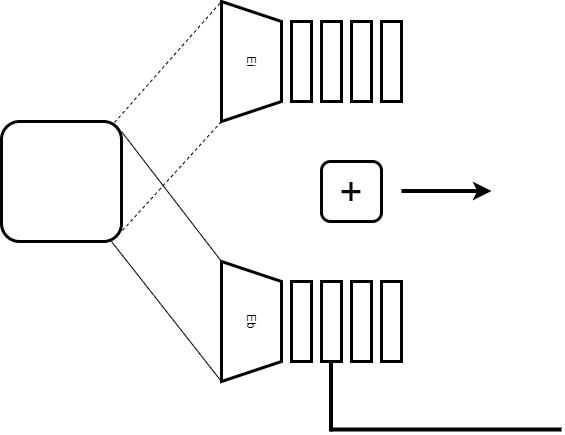
Before: 제목 없는 다이어그램.drawio.png, a diagram exported from draw.io (Kyoungrae-Noh/Learning-Debiased-Representation-via-Disentangled-Feature-Augmentation). Source tidied: cells renumbered, new cells last; positions are measured from the earlier drawing's top-left corner, leaving out a move shared by most shapes. Source of this version:
```xml
<mxGraphModel>
  <root>
    <mxCell id="0" />
    <mxCell id="1" parent="0" />
    <mxCell id="2" style="rounded=1;whiteSpace=wrap;html=1;strokeWidth=3;" parent="1" vertex="1">
      <mxGeometry y="100" width="120" height="120" as="geometry" />
    </mxCell>
    <mxCell id="3" value="&lt;div style=&quot;&quot;&gt;Ei&lt;br&gt;&lt;/div&gt;" style="shape=trapezoid;perimeter=trapezoidPerimeter;whiteSpace=wrap;html=1;fixedSize=1;strokeWidth=3;rotation=90;align=center;" parent="1" vertex="1">
      <mxGeometry x="190" y="10" width="120" height="60" as="geometry" />
    </mxCell>
    <mxCell id="4" style="endArrow=none;dashed=1;html=1;rounded=0;entryX=0;entryY=1;entryDx=0;entryDy=0;exitX=0.942;exitY=0.008;exitDx=0;exitDy=0;exitPerimeter=0;" parent="1" edge="1" source="2" target="3">
      <mxGeometry relative="1" as="geometry" />
    </mxCell>
    <mxCell id="5" style="endArrow=none;dashed=1;html=1;rounded=0;entryX=0;entryY=1;entryDx=0;entryDy=0;exitX=1.008;exitY=0.908;exitDx=0;exitDy=0;exitPerimeter=0;" parent="1" edge="1" source="2">
      <mxGeometry relative="1" as="geometry">
        <mxPoint x="220" y="100" as="targetPoint" />
      </mxGeometry>
    </mxCell>
    <mxCell id="6" style="endArrow=none;html=1;rounded=0;" parent="1" edge="1">
      <mxGeometry relative="1" as="geometry">
        <mxPoint x="120" y="110" as="sourcePoint" />
        <mxPoint x="220" y="240" as="targetPoint" />
      </mxGeometry>
    </mxCell>
    <mxCell id="7" style="endArrow=none;html=1;rounded=0;" parent="1" edge="1">
      <mxGeometry relative="1" as="geometry">
        <mxPoint x="110" y="220" as="sourcePoint" />
        <mxPoint x="220" y="360" as="targetPoint" />
      </mxGeometry>
    </mxCell>
    <mxCell id="8" value="Eb" style="shape=trapezoid;perimeter=trapezoidPerimeter;whiteSpace=wrap;html=1;fixedSize=1;strokeWidth=3;rotation=90;" parent="1" vertex="1">
      <mxGeometry x="190" y="270" width="120" height="60" as="geometry" />
    </mxCell>
    <mxCell id="9" style="rounded=0;whiteSpace=wrap;html=1;strokeWidth=3;" parent="1" vertex="1">
      <mxGeometry x="290" width="20" height="80" as="geometry" />
    </mxCell>
    <mxCell id="10" style="rounded=0;whiteSpace=wrap;html=1;strokeWidth=3;" parent="1" vertex="1">
      <mxGeometry x="320" width="20" height="80" as="geometry" />
    </mxCell>
    <mxCell id="11" style="rounded=0;whiteSpace=wrap;html=1;strokeWidth=3;" parent="1" vertex="1">
      <mxGeometry x="350" width="20" height="80" as="geometry" />
    </mxCell>
    <mxCell id="12" style="rounded=0;whiteSpace=wrap;html=1;strokeWidth=3;" parent="1" vertex="1">
      <mxGeometry x="380" width="20" height="80" as="geometry" />
    </mxCell>
    <mxCell id="13" style="rounded=0;whiteSpace=wrap;html=1;strokeWidth=3;" parent="1" vertex="1">
      <mxGeometry x="290" y="260" width="20" height="80" as="geometry" />
    </mxCell>
    <mxCell id="14" style="rounded=0;whiteSpace=wrap;html=1;strokeWidth=3;" parent="1" vertex="1">
      <mxGeometry x="320" y="260" width="20" height="80" as="geometry" />
    </mxCell>
    <mxCell id="15" style="rounded=0;whiteSpace=wrap;html=1;strokeWidth=3;" parent="1" vertex="1">
      <mxGeometry x="350" y="260" width="20" height="80" as="geometry" />
    </mxCell>
    <mxCell id="16" style="rounded=0;whiteSpace=wrap;html=1;strokeWidth=3;" parent="1" vertex="1">
      <mxGeometry x="380" y="260" width="20" height="80" as="geometry" />
    </mxCell>
    <mxCell id="17" value="&lt;font style=&quot;font-size: 40px;&quot;&gt;+&lt;/font&gt;" style="rounded=1;whiteSpace=wrap;html=1;strokeWidth=3;" parent="1" vertex="1">
      <mxGeometry x="320" y="140" width="60" height="60" as="geometry" />
    </mxCell>
    <mxCell id="18" style="endArrow=classic;html=1;rounded=0;fontSize=40;strokeWidth=4;" parent="1" edge="1">
      <mxGeometry relative="1" as="geometry">
        <mxPoint x="400" y="169.5" as="sourcePoint" />
        <mxPoint x="490" y="169.5" as="targetPoint" />
      </mxGeometry>
    </mxCell>
    <mxCell id="19" style="endArrow=none;html=1;rounded=0;strokeWidth=4;fontSize=40;" parent="1" edge="1">
      <mxGeometry relative="1" as="geometry">
        <mxPoint x="329.5" y="410" as="sourcePoint" />
        <mxPoint x="329.5" y="340" as="targetPoint" />
      </mxGeometry>
    </mxCell>
    <mxCell id="20" style="endArrow=none;html=1;rounded=0;strokeWidth=4;fontSize=40;" parent="1" edge="1">
      <mxGeometry relative="1" as="geometry">
        <mxPoint x="560" y="408" as="sourcePoint" />
        <mxPoint x="329" y="408" as="targetPoint" />
      </mxGeometry>
    </mxCell>
  </root>
</mxGraphModel>
```
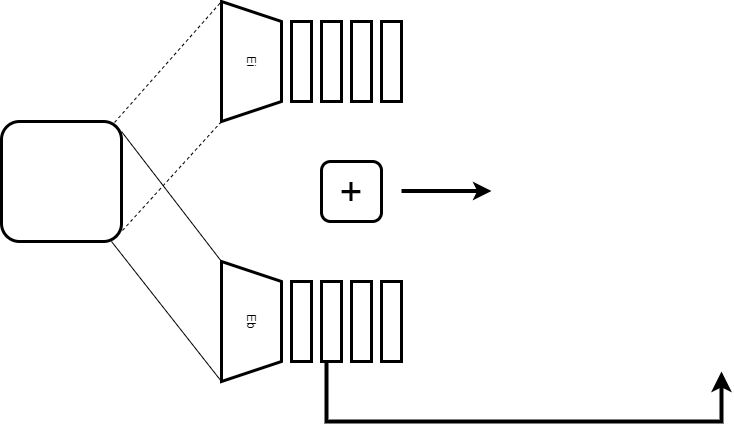
The same file after the commit.

Commit message:
제목 없는 다이어그램.drawio.png 업데이트

Diff of the diagram source:
```diff
@@ -64,17 +64,14 @@
         <mxPoint x="490" y="169.5" as="targetPoint" />
       </mxGeometry>
     </mxCell>
-    <mxCell id="19" style="endArrow=none;html=1;rounded=0;strokeWidth=4;fontSize=40;" parent="1" edge="1">
-      <mxGeometry relative="1" as="geometry">
-        <mxPoint x="329.5" y="410" as="sourcePoint" />
-        <mxPoint x="329.5" y="340" as="targetPoint" />
-      </mxGeometry>
-    </mxCell>
-    <mxCell id="20" style="endArrow=none;html=1;rounded=0;strokeWidth=4;fontSize=40;" parent="1" edge="1">
-      <mxGeometry relative="1" as="geometry">
-        <mxPoint x="560" y="408" as="sourcePoint" />
-        <mxPoint x="329" y="408" as="targetPoint" />
-      </mxGeometry>
-    </mxCell>
+    <mxCell id="21" style="edgeStyle=elbowEdgeStyle;elbow=vertical;endArrow=classic;html=1;curved=0;rounded=0;endSize=8;startSize=8;strokeWidth=4;fontSize=40;exitX=0.25;exitY=1;exitDx=0;exitDy=0;" parent="1" edge="1" source="14">
+      <mxGeometry relative="1" as="geometry">
+        <mxPoint x="720" y="350" as="targetPoint" />
+        <Array as="points">
+          <mxPoint x="350" y="400" />
+          <mxPoint x="360" y="400" />
+        </Array>
+      </mxGeometry>
+    </mxCell>
   </root>
 </mxGraphModel>
```
